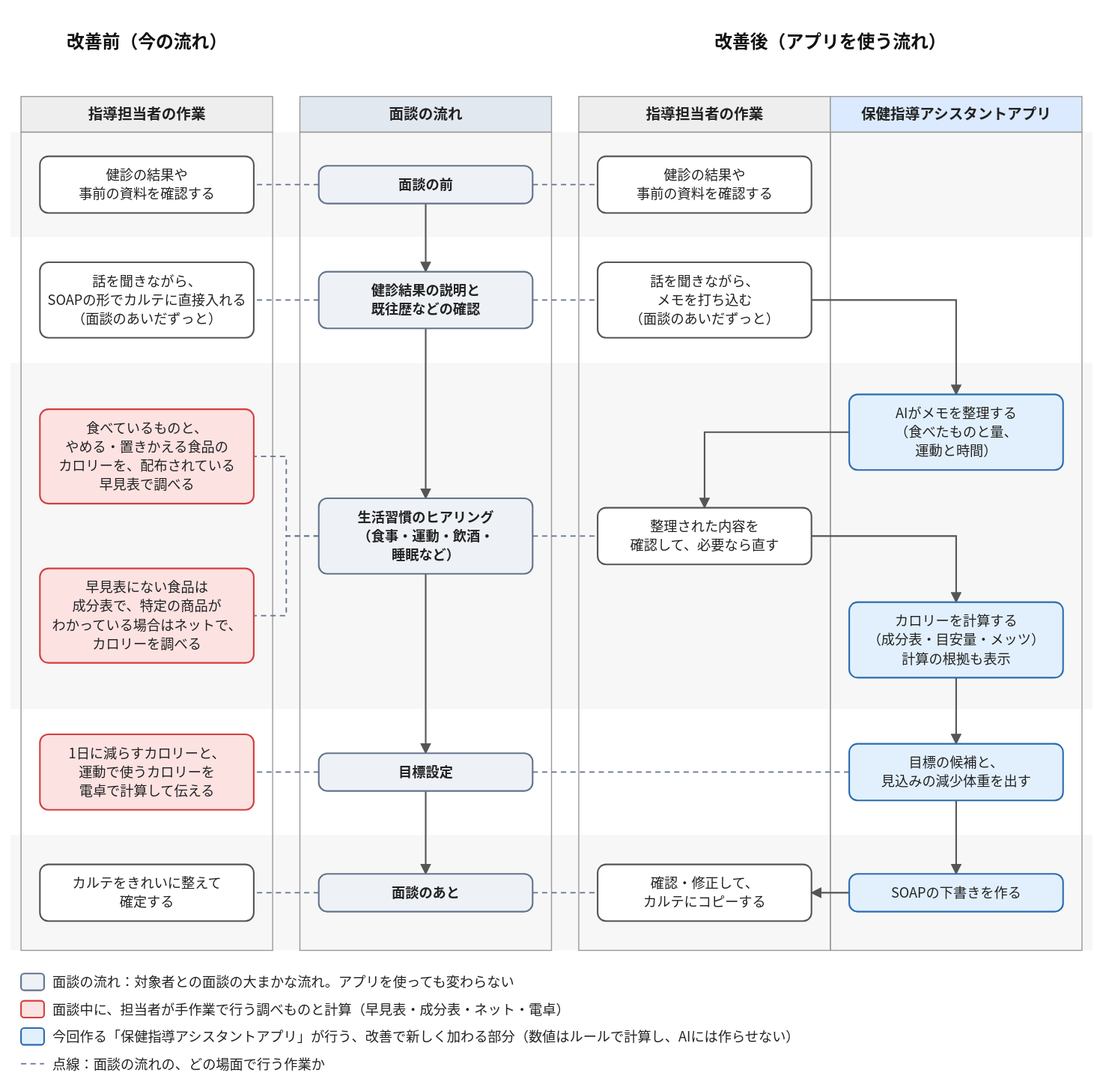
Above: docs/workflow.drawio.svg in momo23546842/hoken-shido-assistant (draw.io), before the change. Source tidied: cells renumbered, new cells last; positions are measured from the earlier drawing's top-left corner, leaving out a move shared by most shapes. The source it was exported from:
```xml
<mxGraphModel>
  <root>
    <mxCell id="0" />
    <mxCell id="1" parent="0" />
    <mxCell id="2" style="rounded=0;html=1;fillColor=#f7f7f7;strokeColor=none;" parent="1" vertex="1">
      <mxGeometry y="104" width="1032" height="100" as="geometry" />
    </mxCell>
    <mxCell id="3" style="rounded=0;html=1;fillColor=#ffffff;strokeColor=none;" parent="1" vertex="1">
      <mxGeometry y="204" width="1032" height="120" as="geometry" />
    </mxCell>
    <mxCell id="4" style="rounded=0;html=1;fillColor=#f7f7f7;strokeColor=none;" parent="1" vertex="1">
      <mxGeometry y="324" width="1032" height="330" as="geometry" />
    </mxCell>
    <mxCell id="5" style="rounded=0;html=1;fillColor=#ffffff;strokeColor=none;" parent="1" vertex="1">
      <mxGeometry y="654" width="1032" height="120" as="geometry" />
    </mxCell>
    <mxCell id="6" style="rounded=0;html=1;fillColor=#f7f7f7;strokeColor=none;" parent="1" vertex="1">
      <mxGeometry y="774" width="1032" height="110" as="geometry" />
    </mxCell>
    <mxCell id="7" value="改善前（今の流れ）" style="text;html=1;align=center;verticalAlign=middle;fontStyle=1;fontSize=17;" parent="1" vertex="1">
      <mxGeometry x="10" width="240" height="36" as="geometry" />
    </mxCell>
    <mxCell id="8" value="指導担当者の作業" style="rounded=0;whiteSpace=wrap;html=1;fillColor=#eeeeee;strokeColor=#999999;fontStyle=1;fontSize=14;" parent="1" vertex="1">
      <mxGeometry x="10" y="70" width="240" height="34" as="geometry" />
    </mxCell>
    <mxCell id="9" style="rounded=0;html=1;fillColor=none;strokeColor=#999999;" parent="1" vertex="1">
      <mxGeometry x="10" y="104" width="240" height="780" as="geometry" />
    </mxCell>
    <mxCell id="10" style="text;html=1;align=center;verticalAlign=middle;fontStyle=1;fontSize=17;" parent="1" vertex="1">
      <mxGeometry x="276" width="240" height="36" as="geometry" />
    </mxCell>
    <mxCell id="11" value="面談の流れ" style="rounded=0;whiteSpace=wrap;html=1;fillColor=#e2e8f0;strokeColor=#999999;fontStyle=1;fontSize=14;" parent="1" vertex="1">
      <mxGeometry x="276" y="70" width="240" height="34" as="geometry" />
    </mxCell>
    <mxCell id="12" style="rounded=0;html=1;fillColor=none;strokeColor=#999999;" parent="1" vertex="1">
      <mxGeometry x="276" y="104" width="240" height="780" as="geometry" />
    </mxCell>
    <mxCell id="13" value="改善後（アプリを使う流れ）" style="text;html=1;align=center;verticalAlign=middle;fontStyle=1;fontSize=17;" parent="1" vertex="1">
      <mxGeometry x="542" width="480" height="36" as="geometry" />
    </mxCell>
    <mxCell id="14" value="指導担当者の作業" style="rounded=0;whiteSpace=wrap;html=1;fillColor=#eeeeee;strokeColor=#999999;fontStyle=1;fontSize=14;" parent="1" vertex="1">
      <mxGeometry x="542" y="70" width="240" height="34" as="geometry" />
    </mxCell>
    <mxCell id="15" style="rounded=0;html=1;fillColor=none;strokeColor=#999999;" parent="1" vertex="1">
      <mxGeometry x="542" y="104" width="240" height="780" as="geometry" />
    </mxCell>
    <mxCell id="16" value="保健指導アシスタントアプリ" style="rounded=0;whiteSpace=wrap;html=1;fillColor=#dbeafe;strokeColor=#999999;fontStyle=1;fontSize=14;" parent="1" vertex="1">
      <mxGeometry x="782" y="70" width="240" height="34" as="geometry" />
    </mxCell>
    <mxCell id="17" style="rounded=0;html=1;fillColor=none;strokeColor=#999999;" parent="1" vertex="1">
      <mxGeometry x="782" y="104" width="240" height="780" as="geometry" />
    </mxCell>
    <mxCell id="18" value="面談の前" style="rounded=1;whiteSpace=wrap;html=1;fillColor=#eef2f7;strokeColor=#64748b;strokeWidth=1.5;fontSize=13;fontStyle=1;" parent="1" vertex="1">
      <mxGeometry x="294" y="136" width="204" height="36" as="geometry" />
    </mxCell>
    <mxCell id="19" value="健診結果の説明と&lt;br&gt;既往歴などの確認" style="rounded=1;whiteSpace=wrap;html=1;fillColor=#eef2f7;strokeColor=#64748b;strokeWidth=1.5;fontSize=13;fontStyle=1;" parent="1" vertex="1">
      <mxGeometry x="294" y="237" width="204" height="54" as="geometry" />
    </mxCell>
    <mxCell id="20" value="生活習慣のヒアリング&lt;br&gt;（食事・運動・飲酒・&lt;br&gt;睡眠など）" style="rounded=1;whiteSpace=wrap;html=1;fillColor=#eef2f7;strokeColor=#64748b;strokeWidth=1.5;fontSize=13;fontStyle=1;" parent="1" vertex="1">
      <mxGeometry x="294" y="453" width="204" height="72" as="geometry" />
    </mxCell>
    <mxCell id="21" value="目標設定" style="rounded=1;whiteSpace=wrap;html=1;fillColor=#eef2f7;strokeColor=#64748b;strokeWidth=1.5;fontSize=13;fontStyle=1;" parent="1" vertex="1">
      <mxGeometry x="294" y="696" width="204" height="36" as="geometry" />
    </mxCell>
    <mxCell id="22" value="面談のあと" style="rounded=1;whiteSpace=wrap;html=1;fillColor=#eef2f7;strokeColor=#64748b;strokeWidth=1.5;fontSize=13;fontStyle=1;" parent="1" vertex="1">
      <mxGeometry x="294" y="811" width="204" height="36" as="geometry" />
    </mxCell>
    <mxCell id="23" value="健診の結果や&lt;br&gt;事前の資料を確認する" style="rounded=1;whiteSpace=wrap;html=1;fillColor=#ffffff;strokeColor=#555555;strokeWidth=1.5;fontSize=13;" parent="1" vertex="1">
      <mxGeometry x="28" y="127" width="204" height="54" as="geometry" />
    </mxCell>
    <mxCell id="24" value="話を聞きながら、&lt;br&gt;SOAPの形でカルテに直接入れる&lt;br&gt;（面談のあいだずっと）" style="rounded=1;whiteSpace=wrap;html=1;fillColor=#ffffff;strokeColor=#555555;strokeWidth=1.5;fontSize=13;" parent="1" vertex="1">
      <mxGeometry x="28" y="228" width="204" height="72" as="geometry" />
    </mxCell>
    <mxCell id="25" value="食べているものと、&lt;br&gt;やめる・置きかえる食品の&lt;br&gt;カロリーを、配布されている&lt;br&gt;早見表で調べる" style="rounded=1;whiteSpace=wrap;html=1;fillColor=#fde2e2;strokeColor=#d33f3f;strokeWidth=1.5;fontSize=13;" parent="1" vertex="1">
      <mxGeometry x="28" y="368.1" width="204" height="90" as="geometry" />
    </mxCell>
    <mxCell id="26" value="早見表にない食品は&lt;br&gt;成分表で、特定の商品が&lt;br&gt;わかっている場合はネットで、&lt;br&gt;カロリーを調べる" style="rounded=1;whiteSpace=wrap;html=1;fillColor=#fde2e2;strokeColor=#d33f3f;strokeWidth=1.5;fontSize=13;" parent="1" vertex="1">
      <mxGeometry x="28" y="519.9" width="204" height="90" as="geometry" />
    </mxCell>
    <mxCell id="27" value="1日に減らすカロリーと、&lt;br&gt;運動で使うカロリーを&lt;br&gt;電卓で計算して伝える" style="rounded=1;whiteSpace=wrap;html=1;fillColor=#fde2e2;strokeColor=#d33f3f;strokeWidth=1.5;fontSize=13;" parent="1" vertex="1">
      <mxGeometry x="28" y="678" width="204" height="72" as="geometry" />
    </mxCell>
    <mxCell id="28" value="カルテをきれいに整えて&lt;br&gt;確定する" style="rounded=1;whiteSpace=wrap;html=1;fillColor=#ffffff;strokeColor=#555555;strokeWidth=1.5;fontSize=13;" parent="1" vertex="1">
      <mxGeometry x="28" y="802" width="204" height="54" as="geometry" />
    </mxCell>
    <mxCell id="29" value="健診の結果や&lt;br&gt;事前の資料を確認する" style="rounded=1;whiteSpace=wrap;html=1;fillColor=#ffffff;strokeColor=#555555;strokeWidth=1.5;fontSize=13;" parent="1" vertex="1">
      <mxGeometry x="560" y="127" width="204" height="54" as="geometry" />
    </mxCell>
    <mxCell id="30" value="話を聞きながら、&lt;br&gt;メモを打ち込む&lt;br&gt;（面談のあいだずっと）" style="rounded=1;whiteSpace=wrap;html=1;fillColor=#ffffff;strokeColor=#555555;strokeWidth=1.5;fontSize=13;" parent="1" vertex="1">
      <mxGeometry x="560" y="228" width="204" height="72" as="geometry" />
    </mxCell>
    <mxCell id="31" value="AIがメモを整理する&lt;br&gt;（食べたものと量、&lt;br&gt;運動と時間）" style="rounded=1;whiteSpace=wrap;html=1;fillColor=#e2f0fd;strokeColor=#2b6cb0;strokeWidth=1.5;fontSize=13;" parent="1" vertex="1">
      <mxGeometry x="800" y="354" width="204" height="72" as="geometry" />
    </mxCell>
    <mxCell id="32" value="整理された内容を&lt;br&gt;確認して、必要なら直す" style="rounded=1;whiteSpace=wrap;html=1;fillColor=#ffffff;strokeColor=#555555;strokeWidth=1.5;fontSize=13;" parent="1" vertex="1">
      <mxGeometry x="560" y="462" width="204" height="54" as="geometry" />
    </mxCell>
    <mxCell id="33" value="カロリーを計算する&lt;br&gt;（成分表・目安量・メッツ）&lt;br&gt;計算の根拠も表示" style="rounded=1;whiteSpace=wrap;html=1;fillColor=#e2f0fd;strokeColor=#2b6cb0;strokeWidth=1.5;fontSize=13;" parent="1" vertex="1">
      <mxGeometry x="800" y="552" width="204" height="72" as="geometry" />
    </mxCell>
    <mxCell id="34" value="目標の候補と、&lt;br&gt;見込みの減少体重を出す" style="rounded=1;whiteSpace=wrap;html=1;fillColor=#e2f0fd;strokeColor=#2b6cb0;strokeWidth=1.5;fontSize=13;" parent="1" vertex="1">
      <mxGeometry x="800" y="687" width="204" height="54" as="geometry" />
    </mxCell>
    <mxCell id="35" value="SOAPの下書きを作る" style="rounded=1;whiteSpace=wrap;html=1;fillColor=#e2f0fd;strokeColor=#2b6cb0;strokeWidth=1.5;fontSize=13;" parent="1" vertex="1">
      <mxGeometry x="800" y="811" width="204" height="36" as="geometry" />
    </mxCell>
    <mxCell id="36" value="確認・修正して、&lt;br&gt;カルテにコピーする" style="rounded=1;whiteSpace=wrap;html=1;fillColor=#ffffff;strokeColor=#555555;strokeWidth=1.5;fontSize=13;" parent="1" vertex="1">
      <mxGeometry x="560" y="802" width="204" height="54" as="geometry" />
    </mxCell>
    <mxCell id="37" style="edgeStyle=orthogonalEdgeStyle;rounded=0;html=1;endArrow=block;endFill=1;strokeColor=#555555;" parent="1" edge="1" source="18" target="19">
      <mxGeometry relative="1" as="geometry" />
    </mxCell>
    <mxCell id="38" style="edgeStyle=orthogonalEdgeStyle;rounded=0;html=1;endArrow=block;endFill=1;strokeColor=#555555;" parent="1" edge="1" source="19" target="20">
      <mxGeometry relative="1" as="geometry" />
    </mxCell>
    <mxCell id="39" style="edgeStyle=orthogonalEdgeStyle;rounded=0;html=1;endArrow=block;endFill=1;strokeColor=#555555;" parent="1" edge="1" source="20" target="21">
      <mxGeometry relative="1" as="geometry" />
    </mxCell>
    <mxCell id="40" style="edgeStyle=orthogonalEdgeStyle;rounded=0;html=1;endArrow=block;endFill=1;strokeColor=#555555;" parent="1" edge="1" source="21" target="22">
      <mxGeometry relative="1" as="geometry" />
    </mxCell>
    <mxCell id="41" style="edgeStyle=orthogonalEdgeStyle;rounded=0;html=1;endArrow=block;endFill=1;strokeColor=#555555;" parent="1" edge="1" source="30" target="31">
      <mxGeometry relative="1" as="geometry">
        <Array as="points">
          <mxPoint x="902" y="264" />
        </Array>
      </mxGeometry>
    </mxCell>
    <mxCell id="42" style="edgeStyle=orthogonalEdgeStyle;rounded=0;html=1;endArrow=block;endFill=1;strokeColor=#555555;" parent="1" edge="1" source="31" target="32">
      <mxGeometry relative="1" as="geometry">
        <Array as="points">
          <mxPoint x="662" y="390" />
        </Array>
      </mxGeometry>
    </mxCell>
    <mxCell id="43" style="edgeStyle=orthogonalEdgeStyle;rounded=0;html=1;endArrow=block;endFill=1;strokeColor=#555555;" parent="1" edge="1" source="32" target="33">
      <mxGeometry relative="1" as="geometry">
        <Array as="points">
          <mxPoint x="902" y="489" />
        </Array>
      </mxGeometry>
    </mxCell>
    <mxCell id="44" style="edgeStyle=orthogonalEdgeStyle;rounded=0;html=1;endArrow=block;endFill=1;strokeColor=#555555;" parent="1" edge="1" source="33" target="34">
      <mxGeometry relative="1" as="geometry" />
    </mxCell>
    <mxCell id="45" style="edgeStyle=orthogonalEdgeStyle;rounded=0;html=1;endArrow=block;endFill=1;strokeColor=#555555;" parent="1" edge="1" source="34" target="35">
      <mxGeometry relative="1" as="geometry" />
    </mxCell>
    <mxCell id="46" style="edgeStyle=orthogonalEdgeStyle;rounded=0;html=1;endArrow=block;endFill=1;strokeColor=#555555;" parent="1" edge="1" source="35" target="36">
      <mxGeometry relative="1" as="geometry" />
    </mxCell>
    <mxCell id="47" style="edgeStyle=orthogonalEdgeStyle;rounded=0;html=1;endArrow=none;dashed=1;strokeColor=#64748b;" parent="1" edge="1" source="18" target="23">
      <mxGeometry relative="1" as="geometry" />
    </mxCell>
    <mxCell id="48" style="edgeStyle=orthogonalEdgeStyle;rounded=0;html=1;endArrow=none;dashed=1;strokeColor=#64748b;" parent="1" edge="1" source="18" target="29">
      <mxGeometry relative="1" as="geometry" />
    </mxCell>
    <mxCell id="49" style="edgeStyle=orthogonalEdgeStyle;rounded=0;html=1;endArrow=none;dashed=1;strokeColor=#64748b;" parent="1" edge="1" source="19" target="24">
      <mxGeometry relative="1" as="geometry" />
    </mxCell>
    <mxCell id="50" style="edgeStyle=orthogonalEdgeStyle;rounded=0;html=1;endArrow=none;dashed=1;strokeColor=#64748b;" parent="1" edge="1" source="19" target="30">
      <mxGeometry relative="1" as="geometry" />
    </mxCell>
    <mxCell id="51" style="edgeStyle=orthogonalEdgeStyle;rounded=0;html=1;endArrow=none;dashed=1;strokeColor=#64748b;" parent="1" edge="1" source="20" target="25">
      <mxGeometry relative="1" as="geometry">
        <Array as="points">
          <mxPoint x="263" y="489" />
          <mxPoint x="263" y="413.1" />
        </Array>
      </mxGeometry>
    </mxCell>
    <mxCell id="52" style="edgeStyle=orthogonalEdgeStyle;rounded=0;html=1;endArrow=none;dashed=1;strokeColor=#64748b;" parent="1" edge="1" source="20" target="26">
      <mxGeometry relative="1" as="geometry">
        <Array as="points">
          <mxPoint x="263" y="489" />
          <mxPoint x="263" y="564.9" />
        </Array>
      </mxGeometry>
    </mxCell>
    <mxCell id="53" style="edgeStyle=orthogonalEdgeStyle;rounded=0;html=1;endArrow=none;dashed=1;strokeColor=#64748b;" parent="1" edge="1" source="20" target="32">
      <mxGeometry relative="1" as="geometry" />
    </mxCell>
    <mxCell id="54" style="edgeStyle=orthogonalEdgeStyle;rounded=0;html=1;endArrow=none;dashed=1;strokeColor=#64748b;" parent="1" edge="1" source="21" target="27">
      <mxGeometry relative="1" as="geometry" />
    </mxCell>
    <mxCell id="55" style="edgeStyle=orthogonalEdgeStyle;rounded=0;html=1;endArrow=none;dashed=1;strokeColor=#64748b;" parent="1" edge="1" source="21" target="34">
      <mxGeometry relative="1" as="geometry" />
    </mxCell>
    <mxCell id="56" style="edgeStyle=orthogonalEdgeStyle;rounded=0;html=1;endArrow=none;dashed=1;strokeColor=#64748b;" parent="1" edge="1" source="22" target="28">
      <mxGeometry relative="1" as="geometry" />
    </mxCell>
    <mxCell id="57" style="edgeStyle=orthogonalEdgeStyle;rounded=0;html=1;endArrow=none;dashed=1;strokeColor=#64748b;" parent="1" edge="1" source="22" target="36">
      <mxGeometry relative="1" as="geometry" />
    </mxCell>
    <mxCell id="58" style="rounded=1;html=1;fillColor=#eef2f7;strokeColor=#64748b;strokeWidth=1.5;" parent="1" vertex="1">
      <mxGeometry x="10" y="906" width="22" height="16" as="geometry" />
    </mxCell>
    <mxCell id="59" value="面談の流れ：対象者との面談の大まかな流れ。アプリを使っても変わらない" style="text;html=1;align=left;verticalAlign=middle;fontSize=13;" parent="1" vertex="1">
      <mxGeometry x="40" y="904" width="700" height="20" as="geometry" />
    </mxCell>
    <mxCell id="60" style="rounded=1;html=1;fillColor=#fde2e2;strokeColor=#d33f3f;strokeWidth=1.5;" parent="1" vertex="1">
      <mxGeometry x="10" y="932" width="22" height="16" as="geometry" />
    </mxCell>
    <mxCell id="61" value="面談中に、担当者が手作業で行う調べものと計算（早見表・成分表・ネット・電卓）" style="text;html=1;align=left;verticalAlign=middle;fontSize=13;" parent="1" vertex="1">
      <mxGeometry x="40" y="930" width="700" height="20" as="geometry" />
    </mxCell>
    <mxCell id="62" style="rounded=1;html=1;fillColor=#e2f0fd;strokeColor=#2b6cb0;strokeWidth=1.5;" parent="1" vertex="1">
      <mxGeometry x="10" y="958" width="22" height="16" as="geometry" />
    </mxCell>
    <mxCell id="63" value="今回作る「保健指導アシスタントアプリ」が行う、改善で新しく加わる部分（数値はルールで計算し、AIには作らせない）" style="text;html=1;align=left;verticalAlign=middle;fontSize=13;" parent="1" vertex="1">
      <mxGeometry x="40" y="956" width="700" height="20" as="geometry" />
    </mxCell>
    <mxCell id="64" value="点線：面談の流れの、どの場面で行う作業か" style="text;html=1;align=left;verticalAlign=middle;fontSize=13;" parent="1" vertex="1">
      <mxGeometry x="40" y="982" width="700" height="20" as="geometry" />
    </mxCell>
    <mxCell id="65" style="html=1;endArrow=none;dashed=1;strokeColor=#64748b;" parent="1" edge="1">
      <mxGeometry relative="1" as="geometry">
        <mxPoint x="10" y="992" as="sourcePoint" />
        <mxPoint x="32" y="992" as="targetPoint" />
      </mxGeometry>
    </mxCell>
  </root>
</mxGraphModel>
```
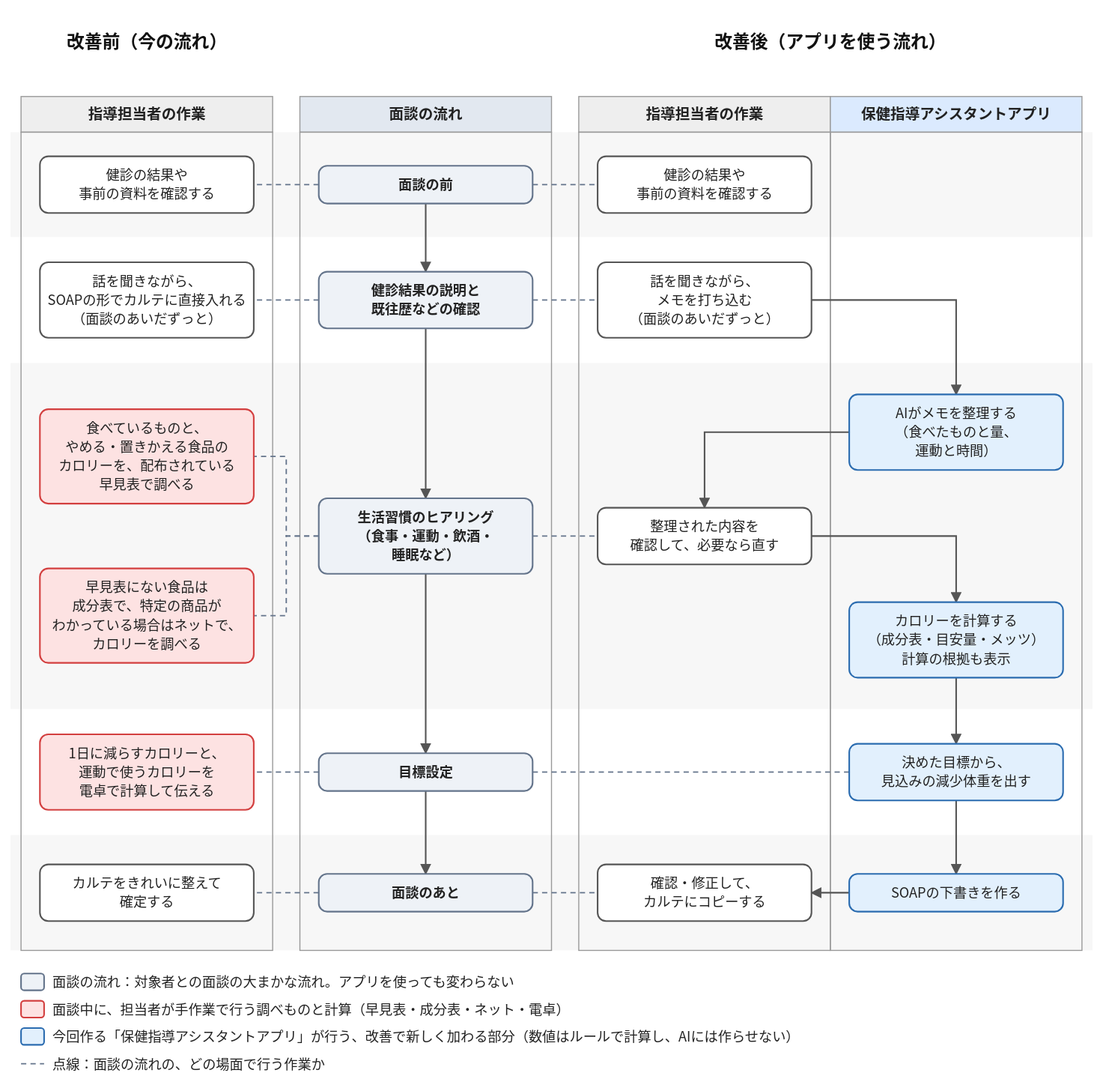
After the commit.

Diff of the diagram source:
```diff
@@ -98,7 +98,7 @@
     <mxCell id="33" value="カロリーを計算する&lt;br&gt;（成分表・目安量・メッツ）&lt;br&gt;計算の根拠も表示" style="rounded=1;whiteSpace=wrap;html=1;fillColor=#e2f0fd;strokeColor=#2b6cb0;strokeWidth=1.5;fontSize=13;" parent="1" vertex="1">
       <mxGeometry x="800" y="552" width="204" height="72" as="geometry" />
     </mxCell>
-    <mxCell id="34" value="目標の候補と、&lt;br&gt;見込みの減少体重を出す" style="rounded=1;whiteSpace=wrap;html=1;fillColor=#e2f0fd;strokeColor=#2b6cb0;strokeWidth=1.5;fontSize=13;" parent="1" vertex="1">
+    <mxCell id="34" value="決めた目標から、&lt;br&gt;見込みの減少体重を出す" style="rounded=1;whiteSpace=wrap;html=1;fillColor=#e2f0fd;strokeColor=#2b6cb0;strokeWidth=1.5;fontSize=13;" parent="1" vertex="1">
       <mxGeometry x="800" y="687" width="204" height="54" as="geometry" />
     </mxCell>
     <mxCell id="35" value="SOAPの下書きを作る" style="rounded=1;whiteSpace=wrap;html=1;fillColor=#e2f0fd;strokeColor=#2b6cb0;strokeWidth=1.5;fontSize=13;" parent="1" vertex="1">
```
